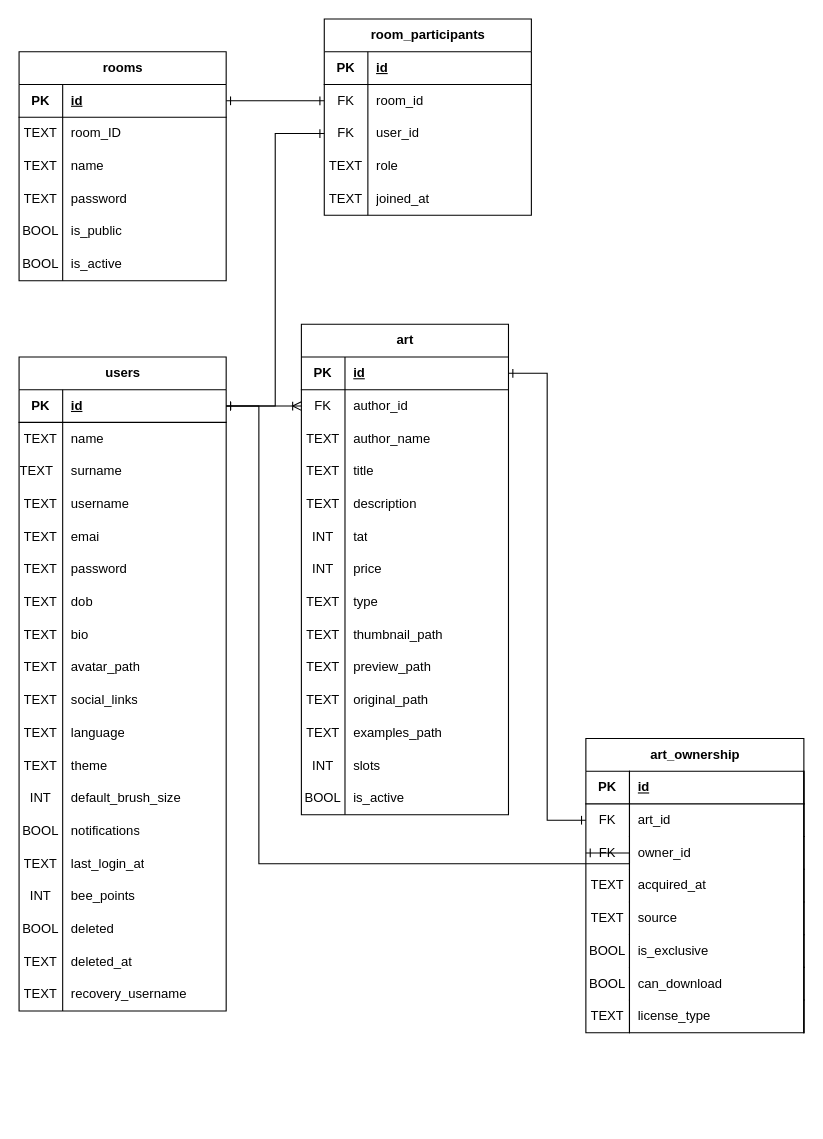
The draw.io diagram database_diagram.drawio in SpiderKate/BeevyApp, before the edit. Source tidied: cells renumbered, new cells numbered last; positions are measured from the earlier drawing's top-left corner, leaving out a move shared by most shapes. Both pictures are drawn from the tidied source at 109%, with x=0, y=0 at pixel (19, 19).
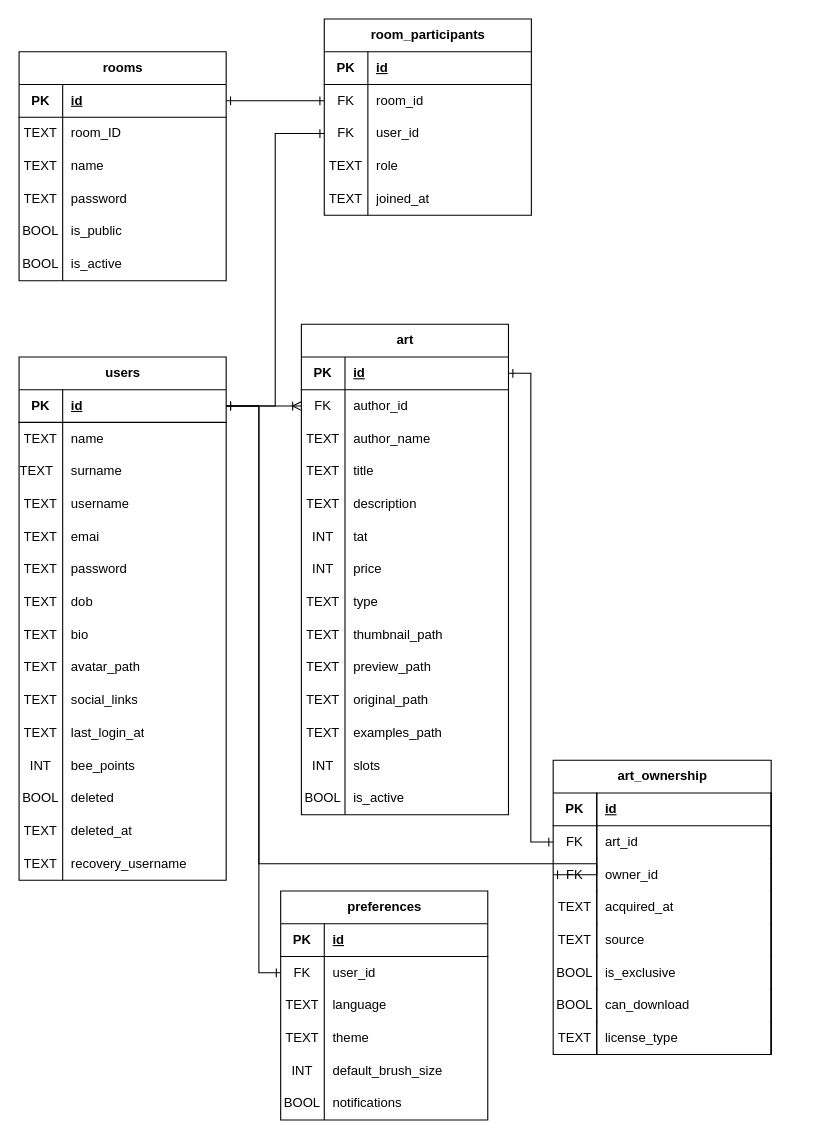
The same page after the edit.

The change refers to these unchanged cells:
```xml
<mxCell id="52" style="shape=tableRow;horizontal=0;startSize=0;swimlaneHead=0;swimlaneBody=0;fillColor=none;points=[[0,0.5],[1,0.5]];portConstraint=eastwest;top=0;left=0;right=1;bottom=0;" parent="45" vertex="1">
  <mxGeometry y="90" width="200" height="30" as="geometry" />
</mxCell>
<mxCell id="90" style="shape=tableRow;horizontal=0;startSize=0;swimlaneHead=0;swimlaneBody=0;fillColor=none;points=[[0,0.5],[1,0.5]];portConstraint=eastwest;top=0;left=0;right=0;bottom=1;" parent="89" vertex="1">
  <mxGeometry y="30" width="190" height="30" as="geometry" />
</mxCell>
```

Change to the diagram source:
```diff
@@
-<mxGraphModel>
+<mxGraphModel background="#FFFFFF">
@@
     <mxCell id="45" value="art_ownership" style="shape=table;startSize=30;childLayout=tableLayout;rowLines=0;fontStyle=1;align=center;html=1;" parent="1" vertex="1">
-      <mxGeometry x="520" y="660" width="200" height="270" as="geometry" />
+      <mxGeometry x="490" y="680" width="200" height="270" as="geometry" />
     </mxCell>
@@
     <mxCell id="89" value="users" style="shape=table;startSize=30;childLayout=tableLayout;rowLines=0;fontStyle=1;align=center;html=1;" parent="1" vertex="1">
-      <mxGeometry y="310" width="190" height="600" as="geometry" />
+      <mxGeometry y="310" width="190" height="480" as="geometry" />
     </mxCell>
@@
-    <mxCell id="120" style="shape=tableRow;horizontal=0;startSize=0;swimlaneHead=0;swimlaneBody=0;fillColor=none;top=0;left=0;right=0;bottom=0;" parent="89" vertex="1">
-      <mxGeometry y="330" width="190" height="30" as="geometry" />
-    </mxCell>
-    <mxCell id="121" value="TEXT" style="shape=partialRectangle;fillColor=none;top=0;left=0;bottom=0;right=0;overflow=hidden;whiteSpace=wrap;html=1;" parent="120" vertex="1">
-      <mxGeometry width="40" height="30" as="geometry" />
-    </mxCell>
-    <mxCell id="122" value="language" style="shape=partialRectangle;fillColor=none;top=0;left=0;bottom=0;right=0;align=left;spacingLeft=6;overflow=hidden;whiteSpace=wrap;html=1;" parent="120" vertex="1">
-      <mxGeometry x="40" width="150" height="30" as="geometry" />
-    </mxCell>
-    <mxCell id="123" style="shape=tableRow;horizontal=0;startSize=0;swimlaneHead=0;swimlaneBody=0;fillColor=none;top=0;left=0;right=0;bottom=0;" parent="89" vertex="1">
-      <mxGeometry y="360" width="190" height="30" as="geometry" />
-    </mxCell>
-    <mxCell id="124" value="TEXT" style="shape=partialRectangle;fillColor=none;top=0;left=0;bottom=0;right=0;overflow=hidden;whiteSpace=wrap;html=1;" parent="123" vertex="1">
-      <mxGeometry width="40" height="30" as="geometry" />
-    </mxCell>
-    <mxCell id="125" value="theme" style="shape=partialRectangle;fillColor=none;top=0;left=0;bottom=0;right=0;align=left;spacingLeft=6;overflow=hidden;whiteSpace=wrap;html=1;" parent="123" vertex="1">
-      <mxGeometry x="40" width="150" height="30" as="geometry" />
-    </mxCell>
-    <mxCell id="126" style="shape=tableRow;horizontal=0;startSize=0;swimlaneHead=0;swimlaneBody=0;fillColor=none;top=0;left=0;right=0;bottom=0;" parent="89" vertex="1">
-      <mxGeometry y="390" width="190" height="30" as="geometry" />
-    </mxCell>
-    <mxCell id="127" value="INT" style="shape=partialRectangle;fillColor=none;top=0;left=0;bottom=0;right=0;overflow=hidden;whiteSpace=wrap;html=1;" parent="126" vertex="1">
-      <mxGeometry width="40" height="30" as="geometry" />
-    </mxCell>
-    <mxCell id="128" value="default_brush_size" style="shape=partialRectangle;fillColor=none;top=0;left=0;bottom=0;right=0;align=left;spacingLeft=6;overflow=hidden;whiteSpace=wrap;html=1;" parent="126" vertex="1">
-      <mxGeometry x="40" width="150" height="30" as="geometry" />
-    </mxCell>
-    <mxCell id="129" style="shape=tableRow;horizontal=0;startSize=0;swimlaneHead=0;swimlaneBody=0;fillColor=none;top=0;left=0;right=0;bottom=0;" parent="89" vertex="1">
-      <mxGeometry y="420" width="190" height="30" as="geometry" />
-    </mxCell>
-    <mxCell id="130" value="BOOL" style="shape=partialRectangle;fillColor=none;top=0;left=0;bottom=0;right=0;overflow=hidden;whiteSpace=wrap;html=1;" parent="129" vertex="1">
-      <mxGeometry width="40" height="30" as="geometry" />
-    </mxCell>
-    <mxCell id="131" value="notifications" style="shape=partialRectangle;fillColor=none;top=0;left=0;bottom=0;right=0;align=left;spacingLeft=6;overflow=hidden;whiteSpace=wrap;html=1;" parent="129" vertex="1">
-      <mxGeometry x="40" width="150" height="30" as="geometry" />
-    </mxCell>
     <mxCell id="132" style="shape=tableRow;horizontal=0;startSize=0;swimlaneHead=0;swimlaneBody=0;fillColor=none;top=0;left=0;right=0;bottom=0;" parent="89" vertex="1">
-      <mxGeometry y="450" width="190" height="30" as="geometry" />
+      <mxGeometry y="330" width="190" height="30" as="geometry" />
     </mxCell>
@@
     <mxCell id="135" style="shape=tableRow;horizontal=0;startSize=0;swimlaneHead=0;swimlaneBody=0;fillColor=none;top=0;left=0;right=0;bottom=0;" parent="89" vertex="1">
-      <mxGeometry y="480" width="190" height="30" as="geometry" />
+      <mxGeometry y="360" width="190" height="30" as="geometry" />
     </mxCell>
@@
     <mxCell id="138" style="shape=tableRow;horizontal=0;startSize=0;swimlaneHead=0;swimlaneBody=0;fillColor=none;top=0;left=0;right=0;bottom=0;" parent="89" vertex="1">
-      <mxGeometry y="510" width="190" height="30" as="geometry" />
+      <mxGeometry y="390" width="190" height="30" as="geometry" />
     </mxCell>
@@
     <mxCell id="141" style="shape=tableRow;horizontal=0;startSize=0;swimlaneHead=0;swimlaneBody=0;fillColor=none;top=0;left=0;right=0;bottom=0;" parent="89" vertex="1">
-      <mxGeometry y="540" width="190" height="30" as="geometry" />
+      <mxGeometry y="420" width="190" height="30" as="geometry" />
     </mxCell>
@@
     <mxCell id="144" style="shape=tableRow;horizontal=0;startSize=0;swimlaneHead=0;swimlaneBody=0;fillColor=none;top=0;left=0;right=0;bottom=0;" parent="89" vertex="1">
-      <mxGeometry y="570" width="190" height="30" as="geometry" />
+      <mxGeometry y="450" width="190" height="30" as="geometry" />
     </mxCell>
@@
     <mxCell id="149" style="edgeStyle=orthogonalEdgeStyle;rounded=0;jettySize=auto;html=1;exitX=1;exitY=0.5;exitDx=0;exitDy=0;entryX=0;entryY=0.5;entryDx=0;entryDy=0;endArrow=ERone;endFill=0;startArrow=ERone;startFill=0;" parent="1" edge="1" source="90" target="52">
       <mxGeometry relative="1" as="geometry">
         <Array as="points">
           <mxPoint x="220" y="355" />
           <mxPoint x="220" y="775" />
-          <mxPoint x="560" y="775" />
+          <mxPoint x="530" y="775" />
         </Array>
       </mxGeometry>
     </mxCell>
@@
+    <mxCell id="169" value="preferences" style="shape=table;startSize=30;childLayout=tableLayout;rowLines=0;fontStyle=1;align=center;html=1;" parent="1" vertex="1">
+      <mxGeometry x="240" y="800" width="190" height="210" as="geometry" />
+    </mxCell>
+    <mxCell id="170" style="shape=tableRow;horizontal=0;startSize=0;swimlaneHead=0;swimlaneBody=0;fillColor=none;top=0;left=0;right=0;bottom=1;" parent="169" vertex="1">
+      <mxGeometry y="30" width="190" height="30" as="geometry" />
+    </mxCell>
+    <mxCell id="171" value="PK" style="shape=partialRectangle;fillColor=none;top=0;left=0;bottom=0;right=0;fontStyle=1;overflow=hidden;whiteSpace=wrap;html=1;" parent="170" vertex="1">
+      <mxGeometry width="40" height="30" as="geometry" />
+    </mxCell>
+    <mxCell id="172" value="id" style="shape=partialRectangle;fillColor=none;top=0;left=0;bottom=0;right=0;align=left;spacingLeft=6;fontStyle=5;overflow=hidden;whiteSpace=wrap;html=1;" parent="170" vertex="1">
+      <mxGeometry x="40" width="150" height="30" as="geometry" />
+    </mxCell>
+    <mxCell id="173" style="shape=tableRow;horizontal=0;startSize=0;swimlaneHead=0;swimlaneBody=0;fillColor=none;points=[[0,0.5],[1,0.5]];portConstraint=eastwest;top=0;left=0;right=0;bottom=0;" parent="169" vertex="1">
+      <mxGeometry y="60" width="190" height="30" as="geometry" />
+    </mxCell>
+    <mxCell id="174" value="FK" style="shape=partialRectangle;fillColor=none;top=0;left=0;bottom=0;right=0;overflow=hidden;whiteSpace=wrap;html=1;" parent="173" vertex="1">
+      <mxGeometry width="40" height="30" as="geometry" />
+    </mxCell>
+    <mxCell id="175" value="user_id" style="shape=partialRectangle;fillColor=none;top=0;left=0;bottom=0;right=0;align=left;spacingLeft=6;overflow=hidden;whiteSpace=wrap;html=1;" parent="173" vertex="1">
+      <mxGeometry x="40" width="150" height="30" as="geometry" />
+    </mxCell>
+    <mxCell id="176" style="shape=tableRow;horizontal=0;startSize=0;swimlaneHead=0;swimlaneBody=0;fillColor=none;top=0;left=0;right=0;bottom=0;" parent="169" vertex="1">
+      <mxGeometry y="90" width="190" height="30" as="geometry" />
+    </mxCell>
+    <mxCell id="177" value="TEXT" style="shape=partialRectangle;fillColor=none;top=0;left=0;bottom=0;right=0;overflow=hidden;whiteSpace=wrap;html=1;" parent="176" vertex="1">
+      <mxGeometry width="40" height="30" as="geometry" />
+    </mxCell>
+    <mxCell id="122" value="language" style="shape=partialRectangle;fillColor=none;top=0;left=0;bottom=0;right=0;align=left;spacingLeft=6;overflow=hidden;whiteSpace=wrap;html=1;" parent="176" vertex="1">
+      <mxGeometry x="40" width="150" height="30" as="geometry" />
+    </mxCell>
+    <mxCell id="178" style="shape=tableRow;horizontal=0;startSize=0;swimlaneHead=0;swimlaneBody=0;fillColor=none;top=0;left=0;right=0;bottom=0;" parent="169" vertex="1">
+      <mxGeometry y="120" width="190" height="30" as="geometry" />
+    </mxCell>
+    <mxCell id="179" value="TEXT" style="shape=partialRectangle;fillColor=none;top=0;left=0;bottom=0;right=0;overflow=hidden;whiteSpace=wrap;html=1;" parent="178" vertex="1">
+      <mxGeometry width="40" height="30" as="geometry" />
+    </mxCell>
+    <mxCell id="125" value="theme" style="shape=partialRectangle;fillColor=none;top=0;left=0;bottom=0;right=0;align=left;spacingLeft=6;overflow=hidden;whiteSpace=wrap;html=1;" parent="178" vertex="1">
+      <mxGeometry x="40" width="150" height="30" as="geometry" />
+    </mxCell>
+    <mxCell id="180" style="shape=tableRow;horizontal=0;startSize=0;swimlaneHead=0;swimlaneBody=0;fillColor=none;top=0;left=0;right=0;bottom=0;" parent="169" vertex="1">
+      <mxGeometry y="150" width="190" height="30" as="geometry" />
+    </mxCell>
+    <mxCell id="127" value="INT" style="shape=partialRectangle;fillColor=none;top=0;left=0;bottom=0;right=0;overflow=hidden;whiteSpace=wrap;html=1;" parent="180" vertex="1">
+      <mxGeometry width="40" height="30" as="geometry" />
+    </mxCell>
+    <mxCell id="128" value="default_brush_size" style="shape=partialRectangle;fillColor=none;top=0;left=0;bottom=0;right=0;align=left;spacingLeft=6;overflow=hidden;whiteSpace=wrap;html=1;" parent="180" vertex="1">
+      <mxGeometry x="40" width="150" height="30" as="geometry" />
+    </mxCell>
+    <mxCell id="181" style="shape=tableRow;horizontal=0;startSize=0;swimlaneHead=0;swimlaneBody=0;fillColor=none;top=0;left=0;right=0;bottom=0;" parent="169" vertex="1">
+      <mxGeometry y="180" width="190" height="30" as="geometry" />
+    </mxCell>
+    <mxCell id="130" value="BOOL" style="shape=partialRectangle;fillColor=none;top=0;left=0;bottom=0;right=0;overflow=hidden;whiteSpace=wrap;html=1;" parent="181" vertex="1">
+      <mxGeometry width="40" height="30" as="geometry" />
+    </mxCell>
+    <mxCell id="131" value="notifications" style="shape=partialRectangle;fillColor=none;top=0;left=0;bottom=0;right=0;align=left;spacingLeft=6;overflow=hidden;whiteSpace=wrap;html=1;" parent="181" vertex="1">
+      <mxGeometry x="40" width="150" height="30" as="geometry" />
+    </mxCell>
+    <mxCell id="182" style="edgeStyle=orthogonalEdgeStyle;html=1;exitX=1;exitY=0.5;exitDx=0;exitDy=0;entryX=0;entryY=0.5;entryDx=0;entryDy=0;jumpSize=6;rounded=0;curved=0;endArrow=ERone;endFill=0;startArrow=ERone;startFill=0;" parent="1" edge="1" source="90" target="173">
+      <mxGeometry relative="1" as="geometry">
+        <Array as="points">
+          <mxPoint x="220" y="355" />
+          <mxPoint x="220" y="875" />
+        </Array>
+      </mxGeometry>
+    </mxCell>
```
